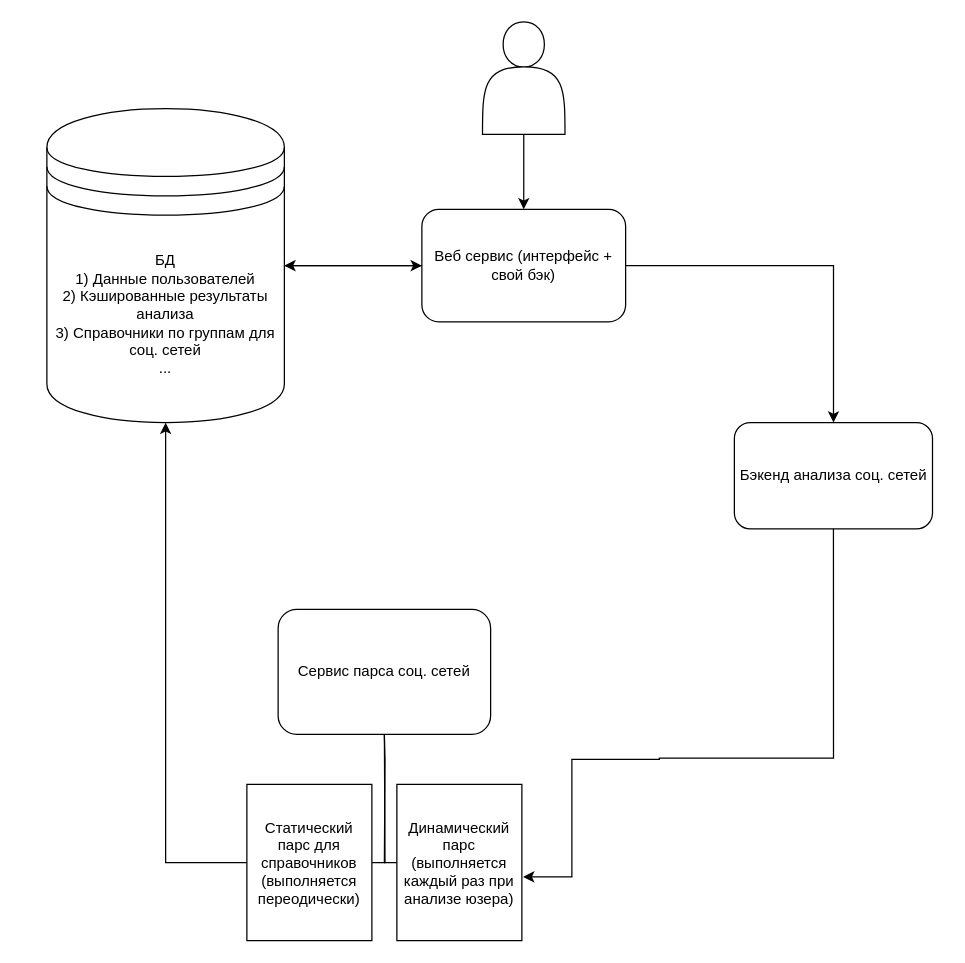
Earlier version of the draw.io diagram drawio/architecture.drawio (DCDsqd/ldt-sakha-solution-2023). Source tidied: cells renumbered, new cells numbered last; positions are measured from the earlier drawing's top-left corner, leaving out a move shared by most shapes. Both pictures are drawn from the tidied source at 125%, with x=0, y=0 at pixel (46, 21).
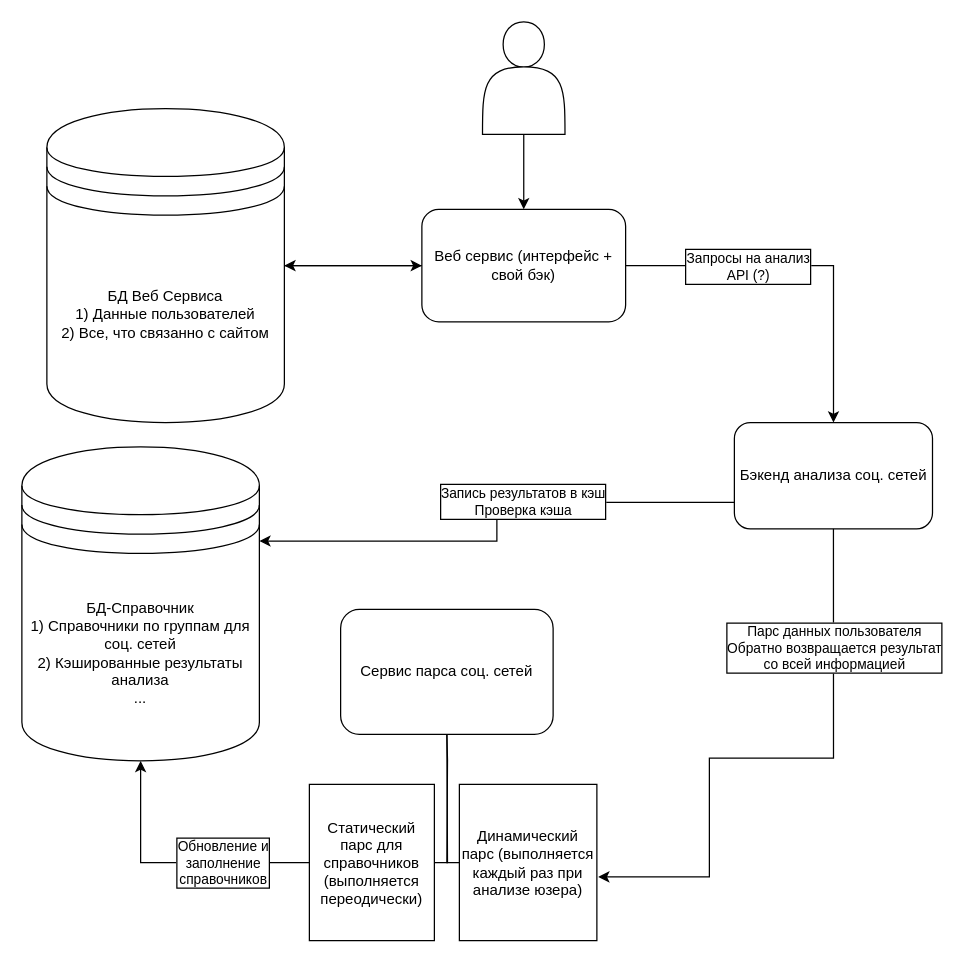
Above is the later version.

Commit message:
architecture.drawio separate dbs

The change refers to these unchanged cells:
```xml
<mxCell id="9" value="Бэкенд анализа соц. сетей" style="rounded=1;whiteSpace=wrap;html=1;" parent="1" vertex="1">
  <mxGeometry x="550" y="320.6" width="158.5" height="85" as="geometry" />
</mxCell>
```

Diff of the diagram source:
```diff
@@
-    <mxCell id="3" value="БД&lt;br&gt;1) Данные пользователей&lt;br&gt;2) Кэшированные результаты анализа&lt;br&gt;3) Справочники по группам для соц. сетей&lt;br&gt;..." style="shape=datastore;whiteSpace=wrap;html=1;" parent="1" vertex="1">
+    <mxCell id="3" value="БД Веб Сервиса&lt;br&gt;1) Данные пользователей&lt;br&gt;2) Все, что связанно с сайтом" style="shape=datastore;whiteSpace=wrap;html=1;" parent="1" vertex="1">
       <mxGeometry y="69.4" width="190" height="251.2" as="geometry" />
     </mxCell>
@@
+    <mxCell id="17" style="edgeStyle=orthogonalEdgeStyle;rounded=0;jettySize=auto;html=1;exitX=0;exitY=0.75;exitDx=0;exitDy=0;entryX=1;entryY=0.3;entryDx=0;entryDy=0;" parent="1" edge="1" source="9" target="20">
+      <mxGeometry relative="1" as="geometry" />
+    </mxCell>
+    <mxCell id="18" value="Запись результатов в кэш&lt;br&gt;Проверка кэша" style="edgeLabel;html=1;align=center;verticalAlign=middle;labelBorderColor=default;" parent="17" vertex="1">
+      <mxGeometry x="-0.18" y="-1" relative="1" as="geometry" />
+    </mxCell>
@@
     <mxCell id="10" value="Сервис парса соц. сетей" style="rounded=1;whiteSpace=wrap;html=1;" parent="1" vertex="1">
-      <mxGeometry x="185" y="470" width="170" height="100" as="geometry" />
+      <mxGeometry x="235" y="470" width="170" height="100" as="geometry" />
     </mxCell>
     <mxCell id="11" style="edgeStyle=orthogonalEdgeStyle;sourcePerimeterSpacing=0;targetPerimeterSpacing=0;startArrow=none;endArrow=none;rounded=0;targetPortConstraint=eastwest;sourcePortConstraint=northsouth;curved=0;rounded=0;" parent="1" edge="1" target="13">
       <mxGeometry relative="1" as="geometry">
-        <mxPoint x="270" y="570" as="sourcePoint" />
+        <mxPoint x="320" y="570" as="sourcePoint" />
       </mxGeometry>
     </mxCell>
     <mxCell id="12" style="edgeStyle=orthogonalEdgeStyle;sourcePerimeterSpacing=0;targetPerimeterSpacing=0;startArrow=none;endArrow=none;rounded=0;targetPortConstraint=eastwest;sourcePortConstraint=northsouth;curved=0;rounded=0;" parent="1" edge="1" target="14">
       <mxGeometry relative="1" as="geometry">
-        <mxPoint x="270" y="570" as="sourcePoint" />
+        <mxPoint x="320" y="570" as="sourcePoint" />
       </mxGeometry>
     </mxCell>
+    <mxCell id="19" style="edgeStyle=orthogonalEdgeStyle;rounded=0;jettySize=auto;html=1;exitX=0;exitY=0.5;exitDx=0;exitDy=0;entryX=0.5;entryY=1;entryDx=0;entryDy=0;" parent="1" edge="1" source="13" target="20">
+      <mxGeometry relative="1" as="geometry" />
+    </mxCell>
     <mxCell id="13" value="Статический парс для справочников&lt;br&gt;(выполняется переодически)" style="whiteSpace=wrap;html=1;align=center;verticalAlign=middle;" parent="1" vertex="1">
-      <mxGeometry x="160" y="610" width="100" height="125" as="geometry" />
+      <mxGeometry x="210" y="610" width="100" height="125" as="geometry" />
     </mxCell>
     <mxCell id="14" value="Динамический парс (выполняется каждый раз при анализе юзера)" style="whiteSpace=wrap;html=1;align=center;verticalAlign=middle;" parent="1" vertex="1">
-      <mxGeometry x="280" y="610" width="100" height="125" as="geometry" />
+      <mxGeometry x="330" y="610" width="110" height="125" as="geometry" />
     </mxCell>
     <mxCell id="15" style="edgeStyle=orthogonalEdgeStyle;rounded=0;jettySize=auto;html=1;entryX=1.01;entryY=0.592;entryDx=0;entryDy=0;entryPerimeter=0;exitX=0.5;exitY=1;exitDx=0;exitDy=0;" parent="1" edge="1" source="9" target="14">
       <mxGeometry relative="1" as="geometry">
         <Array as="points">
           <mxPoint x="629" y="589" />
-          <mxPoint x="490" y="589" />
-          <mxPoint x="490" y="590" />
-          <mxPoint x="420" y="590" />
-          <mxPoint x="420" y="684" />
+          <mxPoint x="530" y="589" />
+          <mxPoint x="530" y="684" />
         </Array>
       </mxGeometry>
     </mxCell>
-    <mxCell id="16" style="edgeStyle=orthogonalEdgeStyle;rounded=0;jettySize=auto;html=1;entryX=0.5;entryY=1;entryDx=0;entryDy=0;exitX=0;exitY=0.5;exitDx=0;exitDy=0;" parent="1" edge="1" source="13" target="3">
-      <mxGeometry relative="1" as="geometry" />
-    </mxCell>
+    <mxCell id="20" value="БД-Справочник&lt;br&gt;1) Справочники по группам для соц. сетей&lt;br&gt;2) Кэшированные результаты анализа&lt;br&gt;..." style="shape=datastore;whiteSpace=wrap;html=1;" parent="1" vertex="1">
+      <mxGeometry x="-20" y="340" width="190" height="251.2" as="geometry" />
+    </mxCell>
+    <mxCell id="21" value="Парс данных пользователя&lt;br&gt;Обратно возвращается результат&lt;br&gt;со всей информацией" style="edgeLabel;html=1;align=center;verticalAlign=middle;labelBorderColor=default;" parent="1" vertex="1">
+      <mxGeometry x="629.2" y="500" as="geometry" />
+    </mxCell>
+    <mxCell id="22" value="Запросы на анализ&lt;br&gt;API (?)" style="edgeLabel;html=1;align=center;verticalAlign=middle;labelBorderColor=default;" parent="1" vertex="1">
+      <mxGeometry x="560" y="195" as="geometry" />
+    </mxCell>
+    <mxCell id="23" value="Обновление и&lt;br&gt;заполнение&lt;br&gt;справочников" style="edgeLabel;html=1;align=center;verticalAlign=middle;labelBorderColor=default;" parent="1" vertex="1">
+      <mxGeometry x="140" y="672.5" as="geometry" />
+    </mxCell>
```
